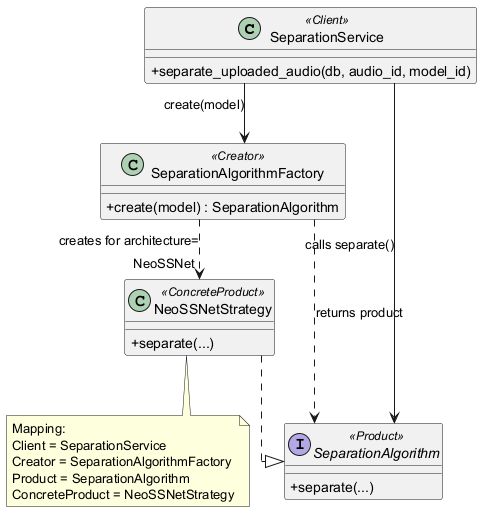
Earlier version of the PlantUML export docs/software_design_report/diagrams/img/factory_method_project.png (ASHRAF-2004/Machine-Learning-Based-System-for-Cardiopulmonary-Sound-Separation). Source of this version:
```plantuml
@startuml

skinparam classAttributeIconSize 0
skinparam shadowing false
skinparam linetype ortho

class "SeparationService" as SeparationService <<Client>> {
  +separate_uploaded_audio(db, audio_id, model_id)
}

class SeparationAlgorithmFactory <<Creator>> {
  +create(model) : SeparationAlgorithm
}

interface SeparationAlgorithm <<Product>> {
  +separate(...)
}

class NeoSSNetStrategy <<ConcreteProduct>> {
  +separate(...)
}

SeparationService --> SeparationAlgorithmFactory : create(model)
SeparationAlgorithmFactory ..> SeparationAlgorithm : returns product
SeparationAlgorithmFactory ..> NeoSSNetStrategy : creates for architecture="NeoSSNet"
NeoSSNetStrategy ..|> SeparationAlgorithm
SeparationService --> SeparationAlgorithm : calls separate()

note bottom
  Mapping:
  Client = SeparationService
  Creator = SeparationAlgorithmFactory
  Product = SeparationAlgorithm
  ConcreteProduct = NeoSSNetStrategy
end note

@enduml
```
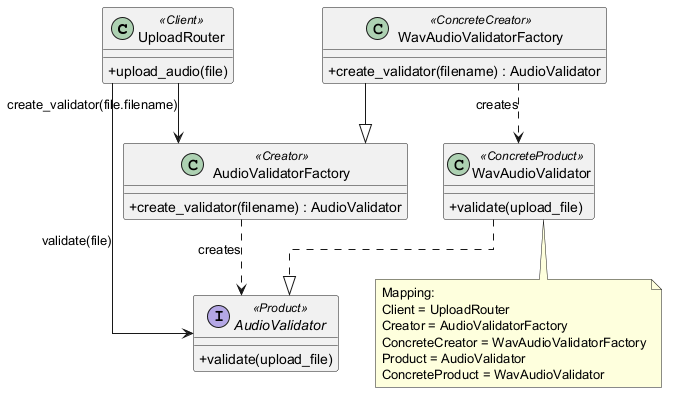
The same diagram one commit later.

Diff of the diagram source:
```diff
@@ -4,34 +4,40 @@
 skinparam shadowing false
 skinparam linetype ortho
 
-class "SeparationService" as SeparationService <<Client>> {
-  +separate_uploaded_audio(db, audio_id, model_id)
+class "UploadRouter" as UploadRouter <<Client>> {
+  +upload_audio(file)
 }
 
-class SeparationAlgorithmFactory <<Creator>> {
-  +create(model) : SeparationAlgorithm
+class AudioValidatorFactory <<Creator>> {
+  +create_validator(filename) : AudioValidator
 }
 
-interface SeparationAlgorithm <<Product>> {
-  +separate(...)
+class WavAudioValidatorFactory <<ConcreteCreator>> {
+  +create_validator(filename) : AudioValidator
 }
 
-class NeoSSNetStrategy <<ConcreteProduct>> {
-  +separate(...)
+interface AudioValidator <<Product>> {
+  +validate(upload_file)
 }
 
-SeparationService --> SeparationAlgorithmFactory : create(model)
-SeparationAlgorithmFactory ..> SeparationAlgorithm : returns product
-SeparationAlgorithmFactory ..> NeoSSNetStrategy : creates for architecture="NeoSSNet"
-NeoSSNetStrategy ..|> SeparationAlgorithm
-SeparationService --> SeparationAlgorithm : calls separate()
+class WavAudioValidator <<ConcreteProduct>> {
+  +validate(upload_file)
+}
+
+UploadRouter --> AudioValidatorFactory : create_validator(file.filename)
+WavAudioValidatorFactory --|> AudioValidatorFactory
+AudioValidatorFactory ..> AudioValidator : creates
+WavAudioValidatorFactory ..> WavAudioValidator : creates
+WavAudioValidator ..|> AudioValidator
+UploadRouter --> AudioValidator : validate(file)
 
 note bottom
   Mapping:
-  Client = SeparationService
-  Creator = SeparationAlgorithmFactory
-  Product = SeparationAlgorithm
-  ConcreteProduct = NeoSSNetStrategy
+  Client = UploadRouter
+  Creator = AudioValidatorFactory
+  ConcreteCreator = WavAudioValidatorFactory
+  Product = AudioValidator
+  ConcreteProduct = WavAudioValidator
 end note
 
 @enduml
```
